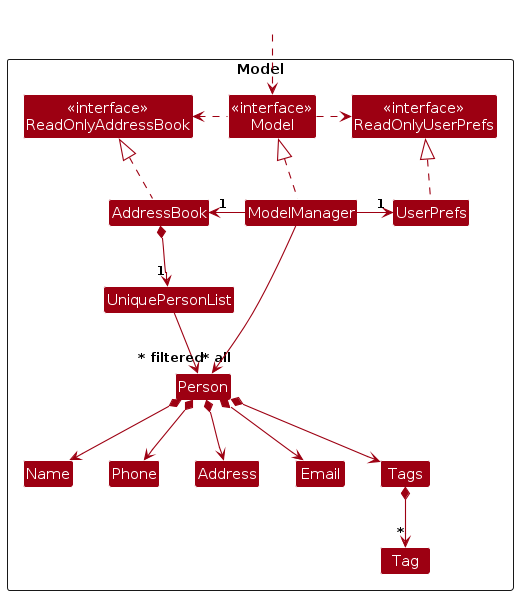
AY2324S2-CS2103T-W12-3/tp keeps this PlantUML diagram as diagrams/ModelClassDiagram.png. Above is the earlier version. Its source is kept beside it as diagrams/ModelClassDiagram.puml. Its diagram source:
```plantuml
@startuml
!include style.puml
skinparam arrowThickness 1.1
skinparam arrowColor MODEL_COLOR
skinparam classBackgroundColor MODEL_COLOR

Package Model as ModelPackage <<Rectangle>>{
Class "<<interface>>\nReadOnlyAddressBook" as ReadOnlyAddressBook
Class "<<interface>>\nReadOnlyUserPrefs" as ReadOnlyUserPrefs
Class "<<interface>>\nModel" as Model
Class AddressBook
Class ModelManager
Class UserPrefs

Class UniquePersonList

Class Person
Class Address
Class Email
Class Name
Class Phone
Class Tags
Class Tag

Class I #FFFFFF
}

Class HiddenOutside #FFFFFF
HiddenOutside ..> Model

AddressBook .up.|> ReadOnlyAddressBook

ModelManager .up.|> Model
Model .right.> ReadOnlyUserPrefs
Model .left.> ReadOnlyAddressBook
ModelManager -left-> "1" AddressBook
ModelManager -right-> "1" UserPrefs
UserPrefs .up.|> ReadOnlyUserPrefs

AddressBook *--> "1" UniquePersonList
UniquePersonList --> "~* all" Person
Person *--> Name
Person *--> Phone
Person *--> Email
Person *--> Address
Person *--> Tags
Tags *--> "*" Tag

Person -[hidden]up--> I

Name -[hidden]right-> Phone
Phone -[hidden]right-> Address
Address -[hidden]right-> Email

ModelManager --> "~* filtered" Person
@enduml
```
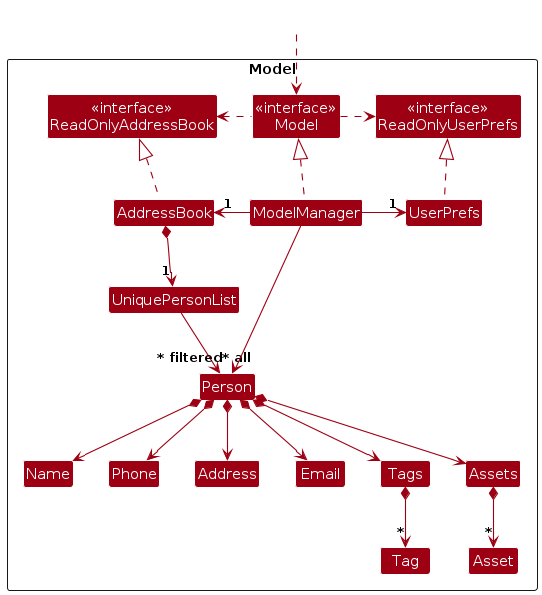
Later version of the same file.

Change to the diagram source:
```diff
@@ -21,6 +21,8 @@
 Class Phone
 Class Tags
 Class Tag
+Class Assets
+Class Asset
 
 Class I #FFFFFF
 }
@@ -44,7 +46,9 @@
 Person *--> Email
 Person *--> Address
 Person *--> Tags
+Person *--> Assets
 Tags *--> "*" Tag
+Assets *--> "*" Asset
 
 Person -[hidden]up--> I
 
```
